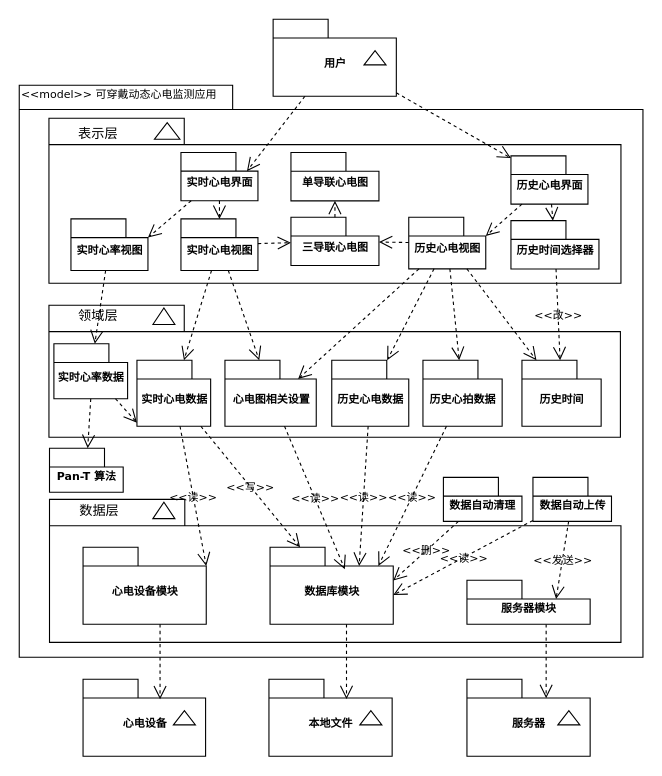
This is assets/model-ecg.drawio from CCXXXI/thesis, a draw.io file, before an edit. Source tidied: cells renumbered, new cells numbered last; positions are measured from the earlier drawing's top-left corner, leaving out a move shared by most shapes. Both pictures are drawn from the tidied source at 110%, with x=0, y=0 at pixel (19, 19).
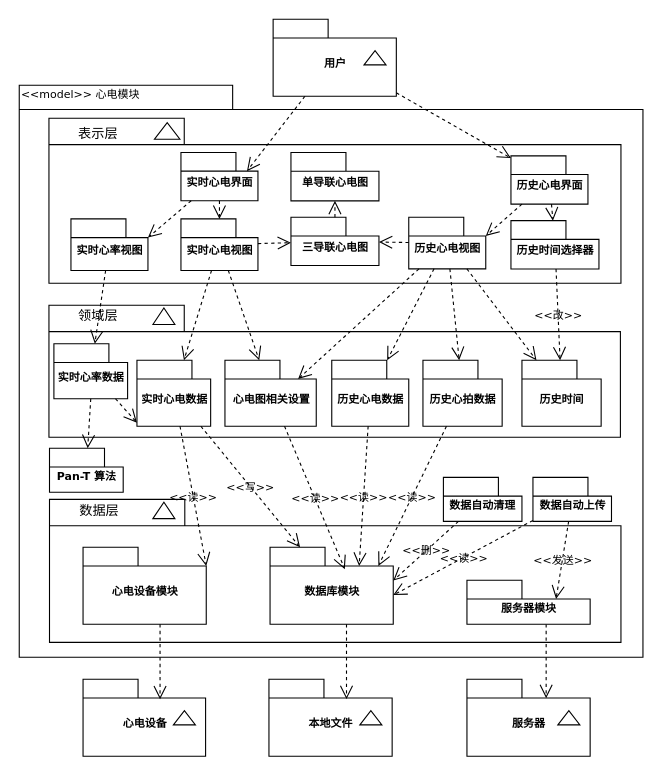
The same page after the edit.

Commit message (it also covers changes not shown here):
chore: correct diagram

Diff of the diagram source:
```diff
@@
-    <mxCell id="38" value="&amp;lt;&amp;lt;model&amp;gt;&amp;gt; 可穿戴动态心电监测应用" style="text;html=1;align=left;verticalAlign=top;spacingTop=-4;fontSize=10;fontFamily=Verdana;" parent="1" vertex="1">
+    <mxCell id="38" value="&amp;lt;&amp;lt;model&amp;gt;&amp;gt; 心电模块" style="text;html=1;align=left;verticalAlign=top;spacingTop=-4;fontSize=10;fontFamily=Verdana;" parent="1" vertex="1">
       <mxGeometry y="60" width="130" height="20" as="geometry" />
     </mxCell>
```
